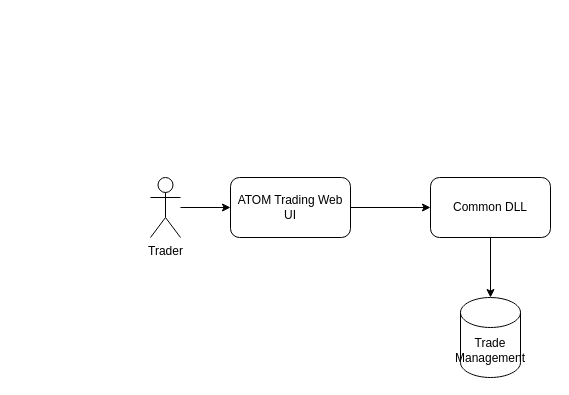
The draw.io diagram page "ATOM Trading web" (2 of 6) of Untitled Diagram.drawio in jithinElambasseril/SSRSjsonDataSource, before the edit. Source tidied: cells renumbered, new cells numbered last; positions are measured from the earlier drawing's top-left corner, leaving out a move shared by most shapes. Both pictures are drawn from the tidied source at 100%, with x=0, y=0 at pixel (150, 177).
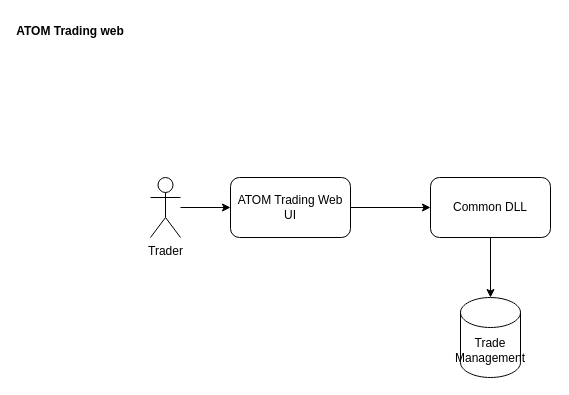
Above is the later version.

What changed in the source:
```diff
@@
 <mxGraphModel>
   <root>
     <mxCell id="0" />
     <mxCell id="1" parent="0" />
     <mxCell id="2" style="edgeStyle=orthogonalEdgeStyle;rounded=0;jettySize=auto;html=1;" parent="1" edge="1" source="3" target="5">
       <mxGeometry relative="1" as="geometry" />
     </mxCell>
     <mxCell id="3" value="ATOM Trading Web UI" style="rounded=1;whiteSpace=wrap;html=1;" parent="1" vertex="1">
       <mxGeometry x="80" width="120" height="60" as="geometry" />
     </mxCell>
     <mxCell id="4" style="edgeStyle=orthogonalEdgeStyle;rounded=0;jettySize=auto;html=1;" parent="1" edge="1" source="5" target="6">
       <mxGeometry relative="1" as="geometry" />
     </mxCell>
     <mxCell id="5" value="Common DLL" style="rounded=1;whiteSpace=wrap;html=1;" parent="1" vertex="1">
       <mxGeometry x="280" width="120" height="60" as="geometry" />
     </mxCell>
     <mxCell id="6" value="Trade Management" style="shape=cylinder3;whiteSpace=wrap;html=1;boundedLbl=1;backgroundOutline=1;size=15;" parent="1" vertex="1">
       <mxGeometry x="310" y="120" width="60" height="80" as="geometry" />
     </mxCell>
     <mxCell id="7" style="edgeStyle=orthogonalEdgeStyle;rounded=0;jettySize=auto;html=1;" parent="1" edge="1" source="8" target="3">
       <mxGeometry relative="1" as="geometry" />
     </mxCell>
     <mxCell id="8" value="Trader" style="shape=umlActor;verticalLabelPosition=bottom;verticalAlign=top;html=1;outlineConnect=0;" parent="1" vertex="1">
       <mxGeometry width="30" height="60" as="geometry" />
     </mxCell>
+    <mxCell id="9" value="ATOM Trading web" style="text;align=center;fontStyle=1;verticalAlign=middle;spacingLeft=3;spacingRight=3;strokeColor=none;" parent="1" vertex="1">
+      <mxGeometry x="-120" y="-160" width="80" height="26" as="geometry" />
+    </mxCell>
   </root>
 </mxGraphModel>
```
